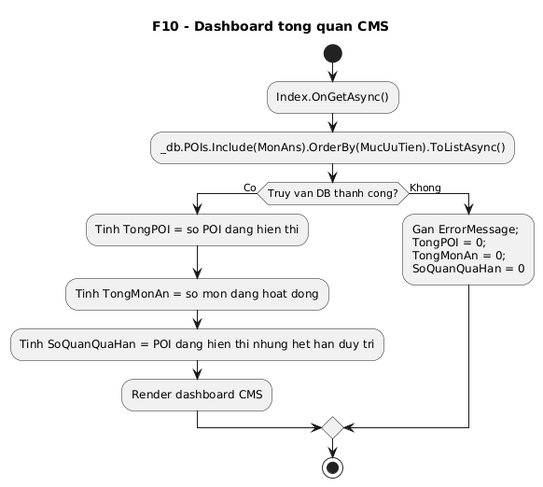
This is docs/diagrams/png/10-dashboard-activity.png from VoBao182/PhoAmThuc, a PlantUML export, as it was before one commit.
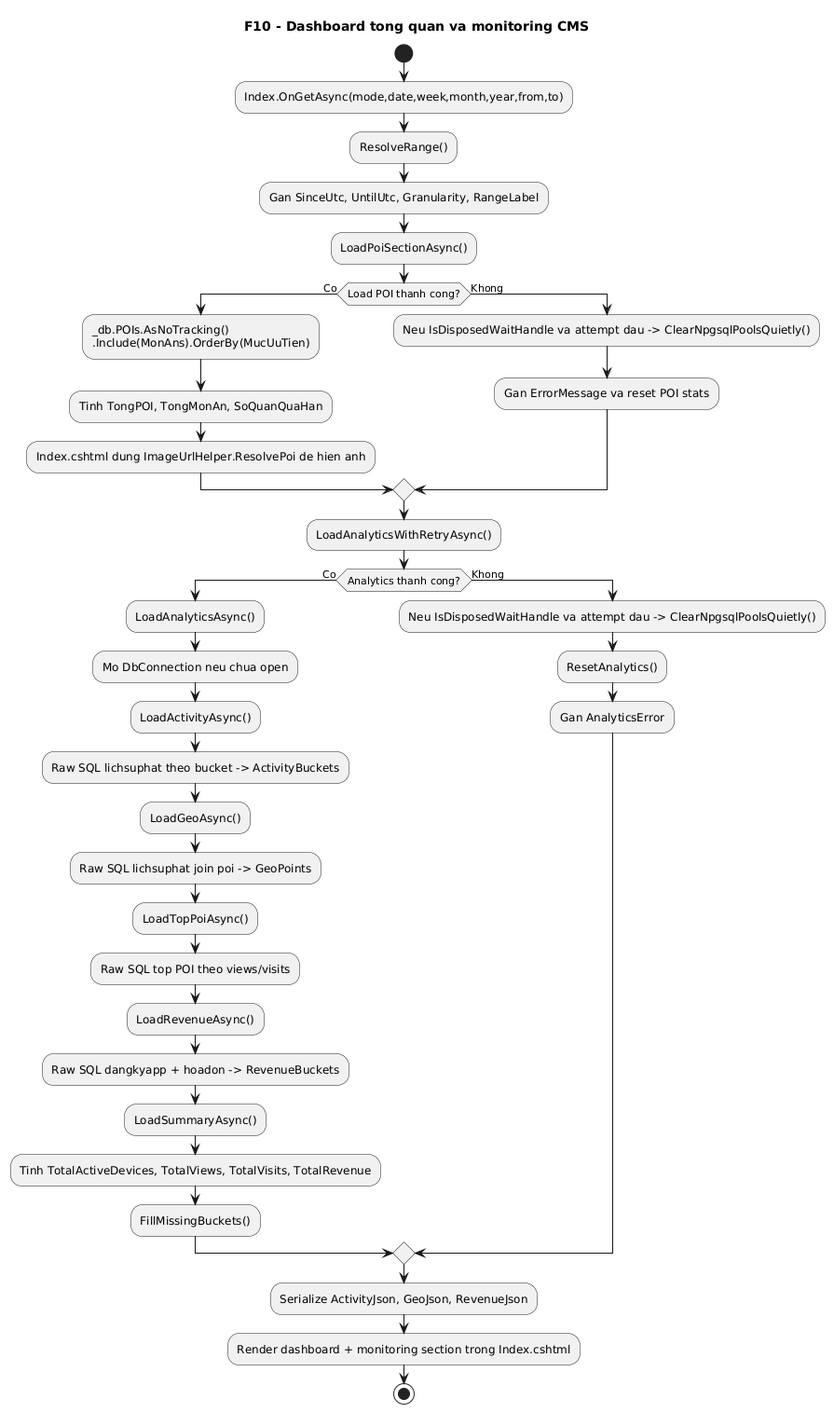
The same file after the commit.

Diff of the diagram source:
```diff
@@ -1,15 +1,42 @@
 @startuml
-title F10 - Dashboard tong quan CMS
+title F10 - Dashboard tong quan va monitoring CMS
 start
-:Index.OnGetAsync();
-:_db.POIs.Include(MonAns).OrderBy(MucUuTien).ToListAsync();
-if (Truy van DB thanh cong?) then (Co)
-  :Tinh TongPOI = so POI dang hien thi;
-  :Tinh TongMonAn = so mon dang hoat dong;
-  :Tinh SoQuanQuaHan = POI dang hien thi nhung het han duy tri;
-  :Render dashboard CMS;
+:Index.OnGetAsync(mode,date,week,month,year,from,to);
+:ResolveRange();
+:Gan SinceUtc, UntilUtc, Granularity, RangeLabel;
+
+:LoadPoiSectionAsync();
+if (Load POI thanh cong?) then (Co)
+  :_db.POIs.AsNoTracking()\n.Include(MonAns).OrderBy(MucUuTien);
+  :Tinh TongPOI, TongMonAn, SoQuanQuaHan;
+  :Index.cshtml dung ImageUrlHelper.ResolvePoi de hien anh;
 else (Khong)
-  :Gan ErrorMessage;\nTongPOI = 0;\nTongMonAn = 0;\nSoQuanQuaHan = 0;
+  :Neu IsDisposedWaitHandle va attempt dau -> ClearNpgsqlPoolsQuietly();
+  :Gan ErrorMessage va reset POI stats;
 endif
+
+:LoadAnalyticsWithRetryAsync();
+if (Analytics thanh cong?) then (Co)
+  :LoadAnalyticsAsync();
+  :Mo DbConnection neu chua open;
+  :LoadActivityAsync();
+  :Raw SQL lichsuphat theo bucket -> ActivityBuckets;
+  :LoadGeoAsync();
+  :Raw SQL lichsuphat join poi -> GeoPoints;
+  :LoadTopPoiAsync();
+  :Raw SQL top POI theo views/visits;
+  :LoadRevenueAsync();
+  :Raw SQL dangkyapp + hoadon -> RevenueBuckets;
+  :LoadSummaryAsync();
+  :Tinh TotalActiveDevices, TotalViews, TotalVisits, TotalRevenue;
+  :FillMissingBuckets();
+else (Khong)
+  :Neu IsDisposedWaitHandle va attempt dau -> ClearNpgsqlPoolsQuietly();
+  :ResetAnalytics();
+  :Gan AnalyticsError;
+endif
+
+:Serialize ActivityJson, GeoJson, RevenueJson;
+:Render dashboard + monitoring section trong Index.cshtml;
 stop
 @enduml
```
